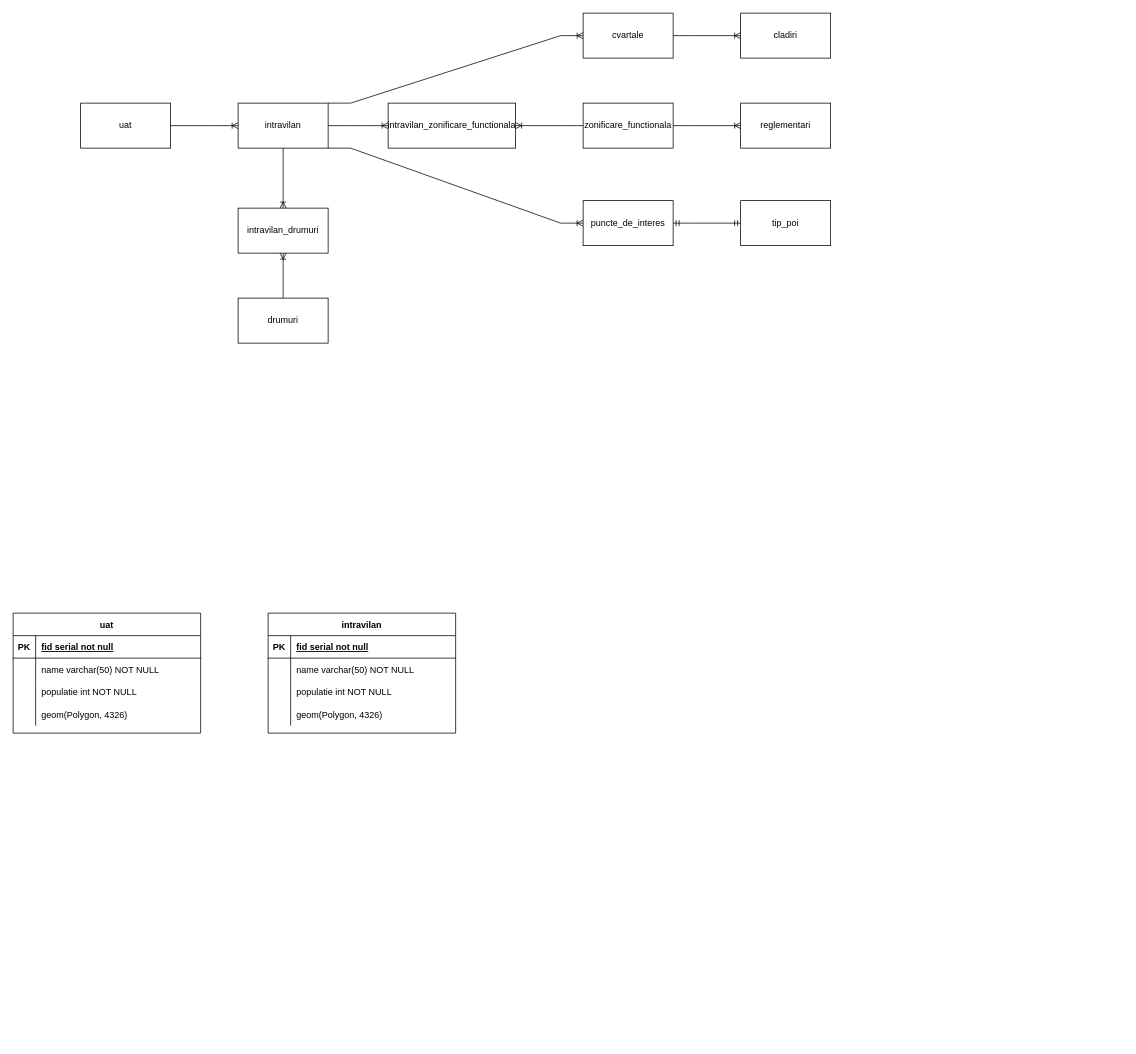
Above: Zonificare funcionala.drawio in vitorjurj/exam_sem2_db (draw.io), before the change. Source tidied: cells renumbered, new cells numbered last; positions are measured from the earlier drawing's top-left corner, leaving out a move shared by most shapes. Both pictures are drawn from the tidied source at 75%, with x=0, y=0 at pixel (13, 13).
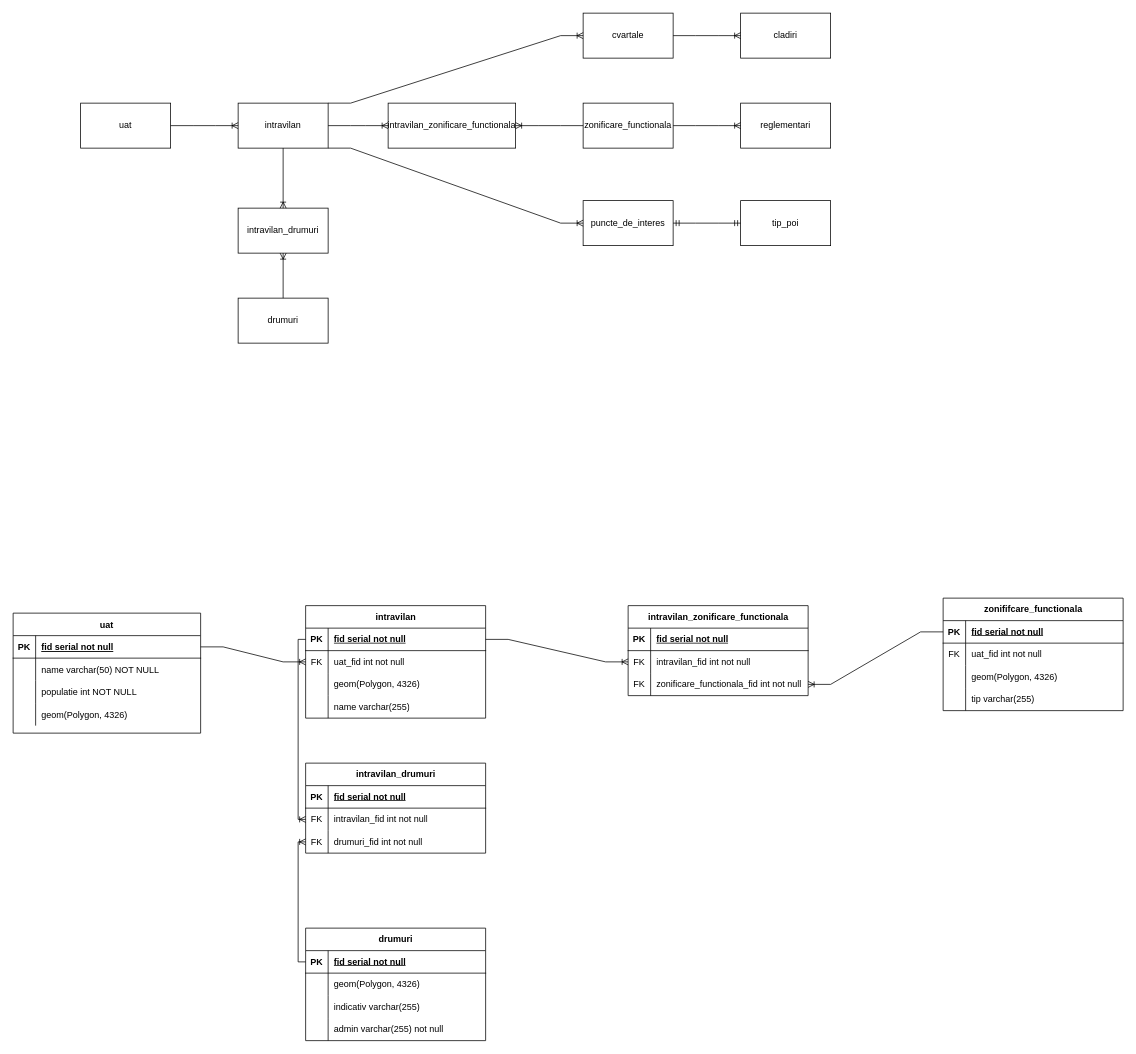
Above is the later version.

The change refers to these unchanged cells:
```xml
<mxCell id="24" style="shape=partialRectangle;fillColor=none;points=[[0,0.5],[1,0.5]];portConstraint=eastwest;top=0;left=0;right=0;bottom=1;" parent="23" vertex="1">
  <mxGeometry y="30" width="250" height="30" as="geometry" />
</mxCell>
```

Diff of the diagram source:
```diff
@@
-    <mxCell id="36" value="intravilan" style="shape=table;startSize=30;childLayout=tableLayout;rowLines=0;fontStyle=1;align=center;" parent="1" vertex="1">
-      <mxGeometry x="340" y="800" width="250" height="160" as="geometry" />
+    <mxCell id="36" value="intravilan" style="shape=table;startSize=30;childLayout=tableLayout;rowLines=0;fontStyle=1;align=center;html=1;" parent="1" vertex="1">
+      <mxGeometry x="390" y="790" width="240" height="150" as="geometry" />
     </mxCell>
-    <mxCell id="37" style="shape=partialRectangle;fillColor=none;top=0;left=0;right=0;bottom=1;" parent="36" vertex="1">
-      <mxGeometry y="30" width="250" height="30" as="geometry" />
-    </mxCell>
-    <mxCell id="38" value="PK" style="shape=partialRectangle;overflow=hidden;fillColor=none;top=0;left=0;bottom=0;right=0;fontStyle=1;" parent="37" vertex="1">
-      <mxGeometry width="30" height="30" as="geometry" />
-    </mxCell>
-    <mxCell id="39" value="fid serial not null" style="shape=partialRectangle;overflow=hidden;fillColor=none;top=0;left=0;bottom=0;right=0;align=left;spacingLeft=6;fontStyle=5;" parent="37" vertex="1">
-      <mxGeometry x="30" width="220" height="30" as="geometry" />
-    </mxCell>
-    <mxCell id="40" style="shape=partialRectangle;fillColor=none;top=0;left=0;right=0;bottom=0;" parent="36" vertex="1">
-      <mxGeometry y="60" width="250" height="30" as="geometry" />
-    </mxCell>
-    <mxCell id="41" style="shape=partialRectangle;overflow=hidden;fillColor=none;top=0;left=0;bottom=0;right=0;" parent="40" vertex="1">
-      <mxGeometry width="30" height="30" as="geometry" />
-    </mxCell>
-    <mxCell id="42" value="name varchar(50) NOT NULL" style="shape=partialRectangle;overflow=hidden;fillColor=none;top=0;left=0;bottom=0;right=0;align=left;spacingLeft=6;" parent="40" vertex="1">
-      <mxGeometry x="30" width="220" height="30" as="geometry" />
-    </mxCell>
-    <mxCell id="43" style="shape=partialRectangle;fillColor=none;top=0;left=0;right=0;bottom=0;" parent="36" vertex="1">
-      <mxGeometry y="90" width="250" height="30" as="geometry" />
-    </mxCell>
-    <mxCell id="44" style="shape=partialRectangle;overflow=hidden;fillColor=none;top=0;left=0;bottom=0;right=0;" parent="43" vertex="1">
-      <mxGeometry width="30" height="30" as="geometry" />
-    </mxCell>
-    <mxCell id="45" value="populatie int NOT NULL" style="shape=partialRectangle;overflow=hidden;fillColor=none;top=0;left=0;bottom=0;right=0;align=left;spacingLeft=6;" parent="43" vertex="1">
-      <mxGeometry x="30" width="220" height="30" as="geometry" />
-    </mxCell>
-    <mxCell id="46" style="shape=partialRectangle;fillColor=none;top=0;left=0;right=0;bottom=0;" parent="36" vertex="1">
-      <mxGeometry y="120" width="250" height="30" as="geometry" />
-    </mxCell>
-    <mxCell id="47" style="shape=partialRectangle;overflow=hidden;fillColor=none;top=0;left=0;bottom=0;right=0;" parent="46" vertex="1">
-      <mxGeometry width="30" height="30" as="geometry" />
-    </mxCell>
-    <mxCell id="48" value="geom(Polygon, 4326)" style="shape=partialRectangle;overflow=hidden;fillColor=none;top=0;left=0;bottom=0;right=0;align=left;spacingLeft=6;" parent="46" vertex="1">
-      <mxGeometry x="30" width="220" height="30" as="geometry" />
-    </mxCell>
+    <mxCell id="49" style="shape=tableRow;horizontal=0;startSize=0;swimlaneHead=0;swimlaneBody=0;fillColor=none;points=[[0,0.5],[1,0.5]];portConstraint=eastwest;top=0;left=0;right=0;bottom=1;" parent="36" vertex="1">
+      <mxGeometry y="30" width="240" height="30" as="geometry" />
+    </mxCell>
+    <mxCell id="50" value="PK" style="shape=partialRectangle;fillColor=none;top=0;left=0;bottom=0;right=0;fontStyle=1;overflow=hidden;whiteSpace=wrap;html=1;" parent="49" vertex="1">
+      <mxGeometry width="30" height="30" as="geometry" />
+    </mxCell>
+    <mxCell id="51" value="&lt;span style=&quot;text-wrap: nowrap;&quot;&gt;fid serial not null&lt;/span&gt;" style="shape=partialRectangle;fillColor=none;top=0;left=0;bottom=0;right=0;align=left;spacingLeft=6;fontStyle=5;overflow=hidden;whiteSpace=wrap;html=1;" parent="49" vertex="1">
+      <mxGeometry x="30" width="210" height="30" as="geometry" />
+    </mxCell>
+    <mxCell id="52" style="shape=tableRow;horizontal=0;startSize=0;swimlaneHead=0;swimlaneBody=0;fillColor=none;points=[[0,0.5],[1,0.5]];portConstraint=eastwest;top=0;left=0;right=0;bottom=0;" parent="36" vertex="1">
+      <mxGeometry y="60" width="240" height="30" as="geometry" />
+    </mxCell>
+    <mxCell id="53" value="FK" style="shape=partialRectangle;fillColor=none;top=0;left=0;bottom=0;right=0;overflow=hidden;whiteSpace=wrap;html=1;" parent="52" vertex="1">
+      <mxGeometry width="30" height="30" as="geometry" />
+    </mxCell>
+    <mxCell id="54" value="uat_fid int not null" style="shape=partialRectangle;fillColor=none;top=0;left=0;bottom=0;right=0;align=left;spacingLeft=6;overflow=hidden;whiteSpace=wrap;html=1;" parent="52" vertex="1">
+      <mxGeometry x="30" width="210" height="30" as="geometry" />
+    </mxCell>
+    <mxCell id="55" style="shape=tableRow;horizontal=0;startSize=0;swimlaneHead=0;swimlaneBody=0;fillColor=none;top=0;left=0;right=0;bottom=0;" parent="36" vertex="1">
+      <mxGeometry y="90" width="240" height="30" as="geometry" />
+    </mxCell>
+    <mxCell id="56" style="shape=partialRectangle;fillColor=none;top=0;left=0;bottom=0;right=0;overflow=hidden;whiteSpace=wrap;html=1;" parent="55" vertex="1">
+      <mxGeometry width="30" height="30" as="geometry" />
+    </mxCell>
+    <mxCell id="57" value="geom(Polygon, 4326)" style="shape=partialRectangle;fillColor=none;top=0;left=0;bottom=0;right=0;align=left;spacingLeft=6;overflow=hidden;whiteSpace=wrap;html=1;" parent="55" vertex="1">
+      <mxGeometry x="30" width="210" height="30" as="geometry" />
+    </mxCell>
+    <mxCell id="58" style="shape=tableRow;horizontal=0;startSize=0;swimlaneHead=0;swimlaneBody=0;fillColor=none;top=0;left=0;right=0;bottom=0;" parent="36" vertex="1">
+      <mxGeometry y="120" width="240" height="30" as="geometry" />
+    </mxCell>
+    <mxCell id="59" style="shape=partialRectangle;fillColor=none;top=0;left=0;bottom=0;right=0;overflow=hidden;whiteSpace=wrap;html=1;" parent="58" vertex="1">
+      <mxGeometry width="30" height="30" as="geometry" />
+    </mxCell>
+    <mxCell id="60" value="name varchar(255)" style="shape=partialRectangle;fillColor=none;top=0;left=0;bottom=0;right=0;align=left;spacingLeft=6;overflow=hidden;whiteSpace=wrap;html=1;" parent="58" vertex="1">
+      <mxGeometry x="30" width="210" height="30" as="geometry" />
+    </mxCell>
+    <mxCell id="61" value="drumuri" style="shape=table;startSize=30;childLayout=tableLayout;rowLines=0;fontStyle=1;align=center;html=1;" parent="1" vertex="1">
+      <mxGeometry x="390" y="1220" width="240" height="150" as="geometry" />
+    </mxCell>
+    <mxCell id="62" style="shape=tableRow;horizontal=0;startSize=0;swimlaneHead=0;swimlaneBody=0;fillColor=none;points=[[0,0.5],[1,0.5]];portConstraint=eastwest;top=0;left=0;right=0;bottom=1;" parent="61" vertex="1">
+      <mxGeometry y="30" width="240" height="30" as="geometry" />
+    </mxCell>
+    <mxCell id="63" value="PK" style="shape=partialRectangle;fillColor=none;top=0;left=0;bottom=0;right=0;fontStyle=1;overflow=hidden;whiteSpace=wrap;html=1;" parent="62" vertex="1">
+      <mxGeometry width="30" height="30" as="geometry" />
+    </mxCell>
+    <mxCell id="64" value="&lt;span style=&quot;text-wrap: nowrap;&quot;&gt;fid serial not null&lt;/span&gt;" style="shape=partialRectangle;fillColor=none;top=0;left=0;bottom=0;right=0;align=left;spacingLeft=6;fontStyle=5;overflow=hidden;whiteSpace=wrap;html=1;" parent="62" vertex="1">
+      <mxGeometry x="30" width="210" height="30" as="geometry" />
+    </mxCell>
+    <mxCell id="65" style="shape=tableRow;horizontal=0;startSize=0;swimlaneHead=0;swimlaneBody=0;fillColor=none;top=0;left=0;right=0;bottom=0;" parent="61" vertex="1">
+      <mxGeometry y="60" width="240" height="30" as="geometry" />
+    </mxCell>
+    <mxCell id="66" style="shape=partialRectangle;fillColor=none;top=0;left=0;bottom=0;right=0;overflow=hidden;whiteSpace=wrap;html=1;" parent="65" vertex="1">
+      <mxGeometry width="30" height="30" as="geometry" />
+    </mxCell>
+    <mxCell id="67" value="geom(Polygon, 4326)" style="shape=partialRectangle;fillColor=none;top=0;left=0;bottom=0;right=0;align=left;spacingLeft=6;overflow=hidden;whiteSpace=wrap;html=1;" parent="65" vertex="1">
+      <mxGeometry x="30" width="210" height="30" as="geometry" />
+    </mxCell>
+    <mxCell id="68" style="shape=tableRow;horizontal=0;startSize=0;swimlaneHead=0;swimlaneBody=0;fillColor=none;top=0;left=0;right=0;bottom=0;" parent="61" vertex="1">
+      <mxGeometry y="90" width="240" height="30" as="geometry" />
+    </mxCell>
+    <mxCell id="69" style="shape=partialRectangle;fillColor=none;top=0;left=0;bottom=0;right=0;overflow=hidden;whiteSpace=wrap;html=1;" parent="68" vertex="1">
+      <mxGeometry width="30" height="30" as="geometry" />
+    </mxCell>
+    <mxCell id="70" value="indicativ varchar(255)&amp;nbsp;" style="shape=partialRectangle;fillColor=none;top=0;left=0;bottom=0;right=0;align=left;spacingLeft=6;overflow=hidden;whiteSpace=wrap;html=1;" parent="68" vertex="1">
+      <mxGeometry x="30" width="210" height="30" as="geometry" />
+    </mxCell>
+    <mxCell id="71" style="shape=tableRow;horizontal=0;startSize=0;swimlaneHead=0;swimlaneBody=0;fillColor=none;top=0;left=0;right=0;bottom=0;" parent="61" vertex="1">
+      <mxGeometry y="120" width="240" height="30" as="geometry" />
+    </mxCell>
+    <mxCell id="72" style="shape=partialRectangle;fillColor=none;top=0;left=0;bottom=0;right=0;overflow=hidden;whiteSpace=wrap;html=1;" parent="71" vertex="1">
+      <mxGeometry width="30" height="30" as="geometry" />
+    </mxCell>
+    <mxCell id="73" value="admin varchar(255) not null" style="shape=partialRectangle;fillColor=none;top=0;left=0;bottom=0;right=0;align=left;spacingLeft=6;overflow=hidden;whiteSpace=wrap;html=1;" parent="71" vertex="1">
+      <mxGeometry x="30" width="210" height="30" as="geometry" />
+    </mxCell>
+    <mxCell id="74" value="intravilan_drumuri" style="shape=table;startSize=30;childLayout=tableLayout;rowLines=0;fontStyle=1;align=center;html=1;" parent="1" vertex="1">
+      <mxGeometry x="390" y="1000" width="240" height="120" as="geometry" />
+    </mxCell>
+    <mxCell id="75" style="shape=tableRow;horizontal=0;startSize=0;swimlaneHead=0;swimlaneBody=0;fillColor=none;top=0;left=0;right=0;bottom=1;" parent="74" vertex="1">
+      <mxGeometry y="30" width="240" height="30" as="geometry" />
+    </mxCell>
+    <mxCell id="76" value="PK" style="shape=partialRectangle;fillColor=none;top=0;left=0;bottom=0;right=0;fontStyle=1;overflow=hidden;whiteSpace=wrap;html=1;" parent="75" vertex="1">
+      <mxGeometry width="30" height="30" as="geometry" />
+    </mxCell>
+    <mxCell id="77" value="&lt;span style=&quot;text-wrap: nowrap;&quot;&gt;fid serial not null&lt;/span&gt;" style="shape=partialRectangle;fillColor=none;top=0;left=0;bottom=0;right=0;align=left;spacingLeft=6;fontStyle=5;overflow=hidden;whiteSpace=wrap;html=1;" parent="75" vertex="1">
+      <mxGeometry x="30" width="210" height="30" as="geometry" />
+    </mxCell>
+    <mxCell id="78" style="shape=tableRow;horizontal=0;startSize=0;swimlaneHead=0;swimlaneBody=0;fillColor=none;points=[[0,0.5],[1,0.5]];portConstraint=eastwest;top=0;left=0;right=0;bottom=0;" parent="74" vertex="1">
+      <mxGeometry y="60" width="240" height="30" as="geometry" />
+    </mxCell>
+    <mxCell id="79" value="FK" style="shape=partialRectangle;fillColor=none;top=0;left=0;bottom=0;right=0;overflow=hidden;whiteSpace=wrap;html=1;" parent="78" vertex="1">
+      <mxGeometry width="30" height="30" as="geometry" />
+    </mxCell>
+    <mxCell id="80" value="intravilan_fid int not null" style="shape=partialRectangle;fillColor=none;top=0;left=0;bottom=0;right=0;align=left;spacingLeft=6;overflow=hidden;whiteSpace=wrap;html=1;" parent="78" vertex="1">
+      <mxGeometry x="30" width="210" height="30" as="geometry" />
+    </mxCell>
+    <mxCell id="81" style="shape=tableRow;horizontal=0;startSize=0;swimlaneHead=0;swimlaneBody=0;fillColor=none;points=[[0,0.5],[1,0.5]];portConstraint=eastwest;top=0;left=0;right=0;bottom=0;" parent="74" vertex="1">
+      <mxGeometry y="90" width="240" height="30" as="geometry" />
+    </mxCell>
+    <mxCell id="82" value="FK" style="shape=partialRectangle;fillColor=none;top=0;left=0;bottom=0;right=0;overflow=hidden;whiteSpace=wrap;html=1;" parent="81" vertex="1">
+      <mxGeometry width="30" height="30" as="geometry" />
+    </mxCell>
+    <mxCell id="83" value="drumuri_fid int not null" style="shape=partialRectangle;fillColor=none;top=0;left=0;bottom=0;right=0;align=left;spacingLeft=6;overflow=hidden;whiteSpace=wrap;html=1;" parent="81" vertex="1">
+      <mxGeometry x="30" width="210" height="30" as="geometry" />
+    </mxCell>
+    <mxCell id="84" style="edgeStyle=orthogonalEdgeStyle;fontSize=12;html=1;endArrow=ERoneToMany;rounded=0;exitX=0;exitY=0.5;exitDx=0;exitDy=0;entryX=0;entryY=0.5;entryDx=0;entryDy=0;" parent="1" edge="1" source="62" target="81">
+      <mxGeometry relative="1" as="geometry" />
+    </mxCell>
+    <mxCell id="85" style="edgeStyle=orthogonalEdgeStyle;fontSize=12;html=1;endArrow=ERoneToMany;rounded=0;exitX=0;exitY=0.5;exitDx=0;exitDy=0;entryX=0;entryY=0.5;entryDx=0;entryDy=0;" parent="1" edge="1" source="49" target="78">
+      <mxGeometry relative="1" as="geometry" />
+    </mxCell>
+    <mxCell id="86" style="edgeStyle=entityRelationEdgeStyle;fontSize=12;html=1;endArrow=ERoneToMany;rounded=0;exitX=1;exitY=0.5;exitDx=0;exitDy=0;entryX=0;entryY=0.5;entryDx=0;entryDy=0;" parent="1" edge="1" source="24" target="52">
+      <mxGeometry relative="1" as="geometry" />
+    </mxCell>
+    <mxCell id="87" value="intravilan_zonificare_functionala" style="shape=table;startSize=30;childLayout=tableLayout;rowLines=0;fontStyle=1;align=center;html=1;" parent="1" vertex="1">
+      <mxGeometry x="820" y="790" width="240" height="120" as="geometry" />
+    </mxCell>
+    <mxCell id="88" style="shape=tableRow;horizontal=0;startSize=0;swimlaneHead=0;swimlaneBody=0;fillColor=none;top=0;left=0;right=0;bottom=1;" parent="87" vertex="1">
+      <mxGeometry y="30" width="240" height="30" as="geometry" />
+    </mxCell>
+    <mxCell id="89" value="PK" style="shape=partialRectangle;fillColor=none;top=0;left=0;bottom=0;right=0;fontStyle=1;overflow=hidden;whiteSpace=wrap;html=1;" parent="88" vertex="1">
+      <mxGeometry width="30" height="30" as="geometry" />
+    </mxCell>
+    <mxCell id="90" value="&lt;span style=&quot;text-wrap: nowrap;&quot;&gt;fid serial not null&lt;/span&gt;" style="shape=partialRectangle;fillColor=none;top=0;left=0;bottom=0;right=0;align=left;spacingLeft=6;fontStyle=5;overflow=hidden;whiteSpace=wrap;html=1;" parent="88" vertex="1">
+      <mxGeometry x="30" width="210" height="30" as="geometry" />
+    </mxCell>
+    <mxCell id="91" style="shape=tableRow;horizontal=0;startSize=0;swimlaneHead=0;swimlaneBody=0;fillColor=none;points=[[0,0.5],[1,0.5]];portConstraint=eastwest;top=0;left=0;right=0;bottom=0;" parent="87" vertex="1">
+      <mxGeometry y="60" width="240" height="30" as="geometry" />
+    </mxCell>
+    <mxCell id="92" value="FK" style="shape=partialRectangle;fillColor=none;top=0;left=0;bottom=0;right=0;overflow=hidden;whiteSpace=wrap;html=1;" parent="91" vertex="1">
+      <mxGeometry width="30" height="30" as="geometry" />
+    </mxCell>
+    <mxCell id="93" value="intravilan_fid int not null" style="shape=partialRectangle;fillColor=none;top=0;left=0;bottom=0;right=0;align=left;spacingLeft=6;overflow=hidden;whiteSpace=wrap;html=1;" parent="91" vertex="1">
+      <mxGeometry x="30" width="210" height="30" as="geometry" />
+    </mxCell>
+    <mxCell id="94" style="shape=tableRow;horizontal=0;startSize=0;swimlaneHead=0;swimlaneBody=0;fillColor=none;points=[[0,0.5],[1,0.5]];portConstraint=eastwest;top=0;left=0;right=0;bottom=0;" parent="87" vertex="1">
+      <mxGeometry y="90" width="240" height="30" as="geometry" />
+    </mxCell>
+    <mxCell id="95" value="FK" style="shape=partialRectangle;fillColor=none;top=0;left=0;bottom=0;right=0;overflow=hidden;whiteSpace=wrap;html=1;" parent="94" vertex="1">
+      <mxGeometry width="30" height="30" as="geometry" />
+    </mxCell>
+    <mxCell id="96" value="zonificare_functionala_fid int not null" style="shape=partialRectangle;fillColor=none;top=0;left=0;bottom=0;right=0;align=left;spacingLeft=6;overflow=hidden;whiteSpace=wrap;html=1;" parent="94" vertex="1">
+      <mxGeometry x="30" width="210" height="30" as="geometry" />
+    </mxCell>
+    <mxCell id="97" value="zonififcare_functionala" style="shape=table;startSize=30;childLayout=tableLayout;rowLines=0;fontStyle=1;align=center;html=1;" parent="1" vertex="1">
+      <mxGeometry x="1240" y="780" width="240" height="150" as="geometry" />
+    </mxCell>
+    <mxCell id="98" style="shape=tableRow;horizontal=0;startSize=0;swimlaneHead=0;swimlaneBody=0;fillColor=none;points=[[0,0.5],[1,0.5]];portConstraint=eastwest;top=0;left=0;right=0;bottom=1;" parent="97" vertex="1">
+      <mxGeometry y="30" width="240" height="30" as="geometry" />
+    </mxCell>
+    <mxCell id="99" value="PK" style="shape=partialRectangle;fillColor=none;top=0;left=0;bottom=0;right=0;fontStyle=1;overflow=hidden;whiteSpace=wrap;html=1;" parent="98" vertex="1">
+      <mxGeometry width="30" height="30" as="geometry" />
+    </mxCell>
+    <mxCell id="100" value="&lt;span style=&quot;text-wrap: nowrap;&quot;&gt;fid serial not null&lt;/span&gt;" style="shape=partialRectangle;fillColor=none;top=0;left=0;bottom=0;right=0;align=left;spacingLeft=6;fontStyle=5;overflow=hidden;whiteSpace=wrap;html=1;" parent="98" vertex="1">
+      <mxGeometry x="30" width="210" height="30" as="geometry" />
+    </mxCell>
+    <mxCell id="101" style="shape=tableRow;horizontal=0;startSize=0;swimlaneHead=0;swimlaneBody=0;fillColor=none;top=0;left=0;right=0;bottom=0;" parent="97" vertex="1">
+      <mxGeometry y="60" width="240" height="30" as="geometry" />
+    </mxCell>
+    <mxCell id="102" value="FK" style="shape=partialRectangle;fillColor=none;top=0;left=0;bottom=0;right=0;overflow=hidden;whiteSpace=wrap;html=1;" parent="101" vertex="1">
+      <mxGeometry width="30" height="30" as="geometry" />
+    </mxCell>
+    <mxCell id="103" value="uat_fid int not null" style="shape=partialRectangle;fillColor=none;top=0;left=0;bottom=0;right=0;align=left;spacingLeft=6;overflow=hidden;whiteSpace=wrap;html=1;" parent="101" vertex="1">
+      <mxGeometry x="30" width="210" height="30" as="geometry" />
+    </mxCell>
+    <mxCell id="104" style="shape=tableRow;horizontal=0;startSize=0;swimlaneHead=0;swimlaneBody=0;fillColor=none;top=0;left=0;right=0;bottom=0;" parent="97" vertex="1">
+      <mxGeometry y="90" width="240" height="30" as="geometry" />
+    </mxCell>
+    <mxCell id="105" style="shape=partialRectangle;fillColor=none;top=0;left=0;bottom=0;right=0;overflow=hidden;whiteSpace=wrap;html=1;" parent="104" vertex="1">
+      <mxGeometry width="30" height="30" as="geometry" />
+    </mxCell>
+    <mxCell id="106" value="geom(Polygon, 4326)" style="shape=partialRectangle;fillColor=none;top=0;left=0;bottom=0;right=0;align=left;spacingLeft=6;overflow=hidden;whiteSpace=wrap;html=1;" parent="104" vertex="1">
+      <mxGeometry x="30" width="210" height="30" as="geometry" />
+    </mxCell>
+    <mxCell id="107" style="shape=tableRow;horizontal=0;startSize=0;swimlaneHead=0;swimlaneBody=0;fillColor=none;top=0;left=0;right=0;bottom=0;" parent="97" vertex="1">
+      <mxGeometry y="120" width="240" height="30" as="geometry" />
+    </mxCell>
+    <mxCell id="108" style="shape=partialRectangle;fillColor=none;top=0;left=0;bottom=0;right=0;overflow=hidden;whiteSpace=wrap;html=1;" parent="107" vertex="1">
+      <mxGeometry width="30" height="30" as="geometry" />
+    </mxCell>
+    <mxCell id="109" value="tip varchar(255)" style="shape=partialRectangle;fillColor=none;top=0;left=0;bottom=0;right=0;align=left;spacingLeft=6;overflow=hidden;whiteSpace=wrap;html=1;" parent="107" vertex="1">
+      <mxGeometry x="30" width="210" height="30" as="geometry" />
+    </mxCell>
+    <mxCell id="110" style="edgeStyle=entityRelationEdgeStyle;fontSize=12;html=1;endArrow=ERoneToMany;rounded=0;exitX=1;exitY=0.5;exitDx=0;exitDy=0;entryX=0;entryY=0.5;entryDx=0;entryDy=0;" parent="1" edge="1" source="49" target="91">
+      <mxGeometry relative="1" as="geometry" />
+    </mxCell>
+    <mxCell id="111" style="edgeStyle=entityRelationEdgeStyle;fontSize=12;html=1;endArrow=ERoneToMany;rounded=0;exitX=0;exitY=0.5;exitDx=0;exitDy=0;entryX=1;entryY=0.5;entryDx=0;entryDy=0;" parent="1" edge="1" source="98" target="94">
+      <mxGeometry relative="1" as="geometry" />
+    </mxCell>
```
